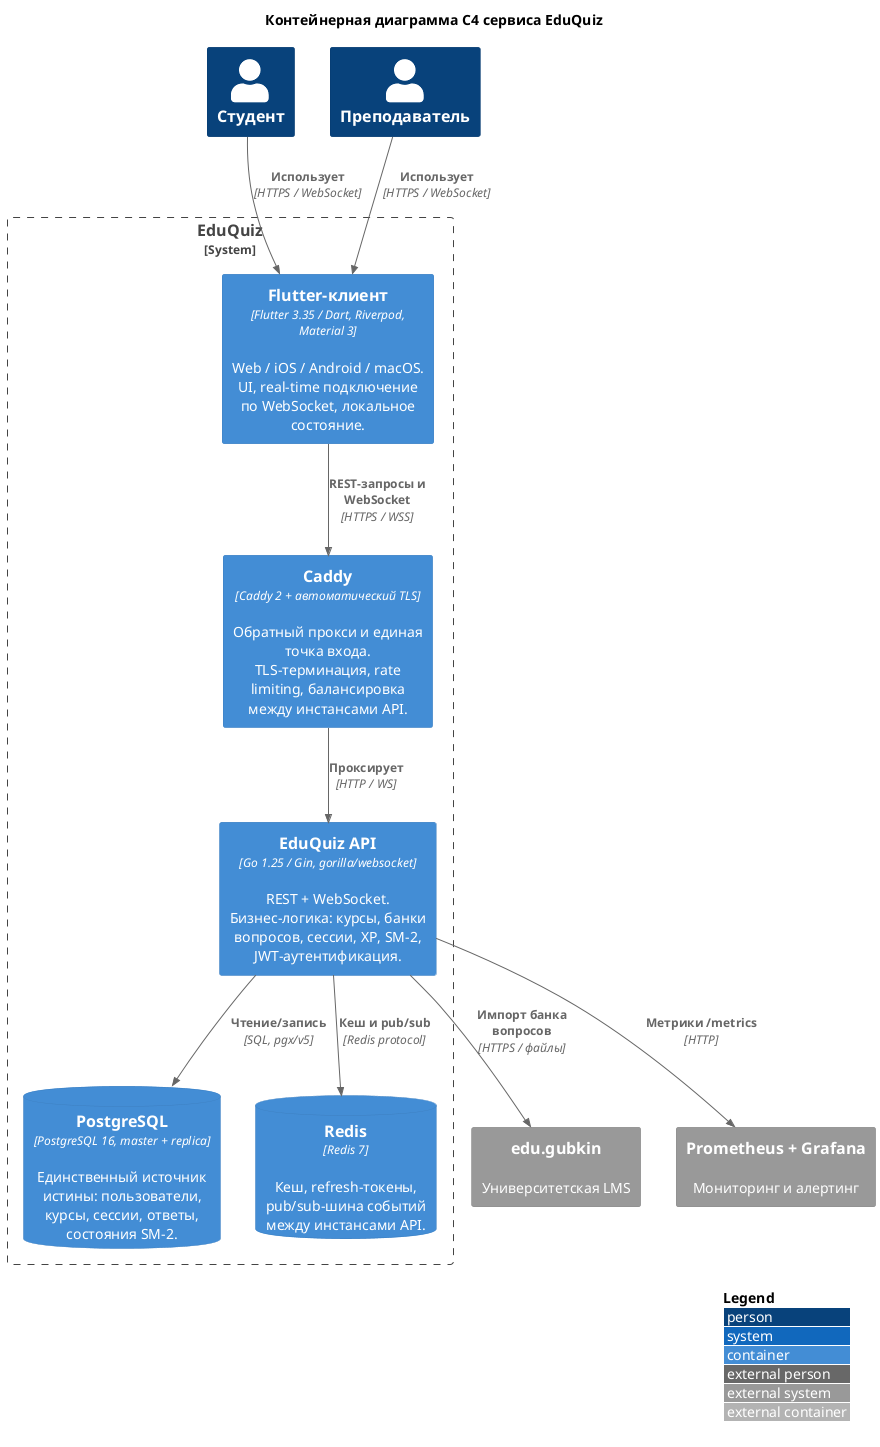
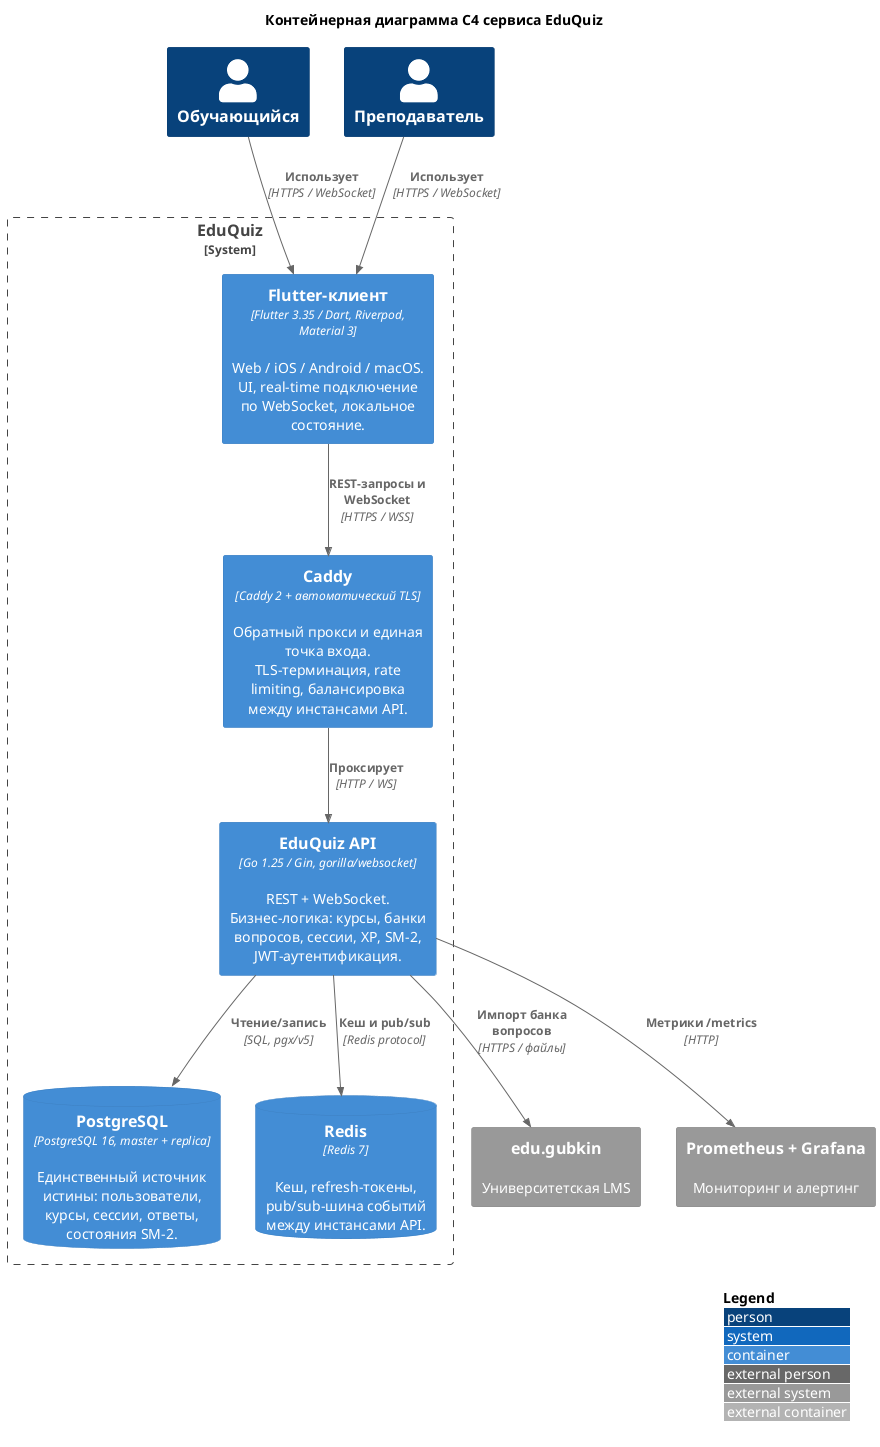
@startuml c4-containers
!include <C4/C4_Container>

title Контейнерная диаграмма C4 сервиса EduQuiz

LAYOUT_WITH_LEGEND()

- Person(student, "Студент")
+ Person(student, "Обучающийся")
Person(teacher, "Преподаватель")

System_Boundary(eq, "EduQuiz") {
    Container(client, "Flutter-клиент", "Flutter 3.35 / Dart, Riverpod, Material 3", "Web / iOS / Android / macOS. UI, real-time подключение по WebSocket, локальное состояние.")
    Container(caddy,  "Caddy", "Caddy 2 + автоматический TLS", "Обратный прокси и единая точка входа. TLS-терминация, rate limiting, балансировка между инстансами API.")
    Container(api,    "EduQuiz API", "Go 1.25 / Gin, gorilla/websocket", "REST + WebSocket. Бизнес-логика: курсы, банки вопросов, сессии, XP, SM-2, JWT-аутентификация.")
    ContainerDb(pg,   "PostgreSQL", "PostgreSQL 16, master + replica", "Единственный источник истины: пользователи, курсы, сессии, ответы, состояния SM-2.")
    ContainerDb(redis,"Redis", "Redis 7", "Кеш, refresh-токены, pub/sub-шина событий между инстансами API.")
}

System_Ext(edugubkin, "edu.gubkin", "Университетская LMS")
System_Ext(prom, "Prometheus + Grafana", "Мониторинг и алертинг")

Rel(student, client, "Использует", "HTTPS / WebSocket")
Rel(teacher, client, "Использует", "HTTPS / WebSocket")
Rel(client,  caddy,  "REST-запросы и WebSocket", "HTTPS / WSS")
Rel(caddy,   api,    "Проксирует", "HTTP / WS")
Rel(api,     pg,     "Чтение/запись", "SQL, pgx/v5")
Rel(api,     redis,  "Кеш и pub/sub", "Redis protocol")
Rel(api,     edugubkin, "Импорт банка вопросов", "HTTPS / файлы")
Rel(api,     prom,   "Метрики /metrics", "HTTP")

@enduml
